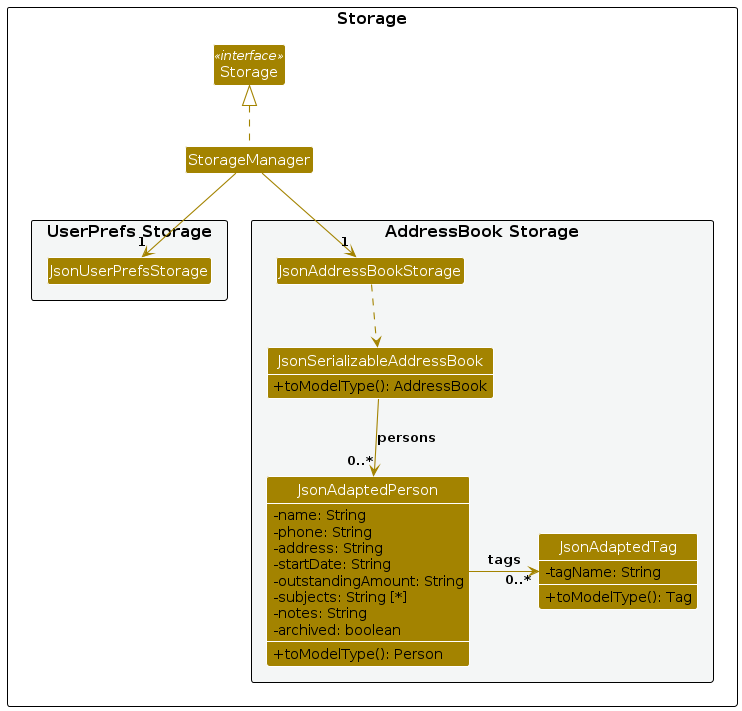
This is diagrams/StorageClassDiagram.png from AY2627S1-CS2103T-F13-2/tp, a PlantUML export, as it was before one commit. Its source is kept beside it as diagrams/StorageClassDiagram.puml.
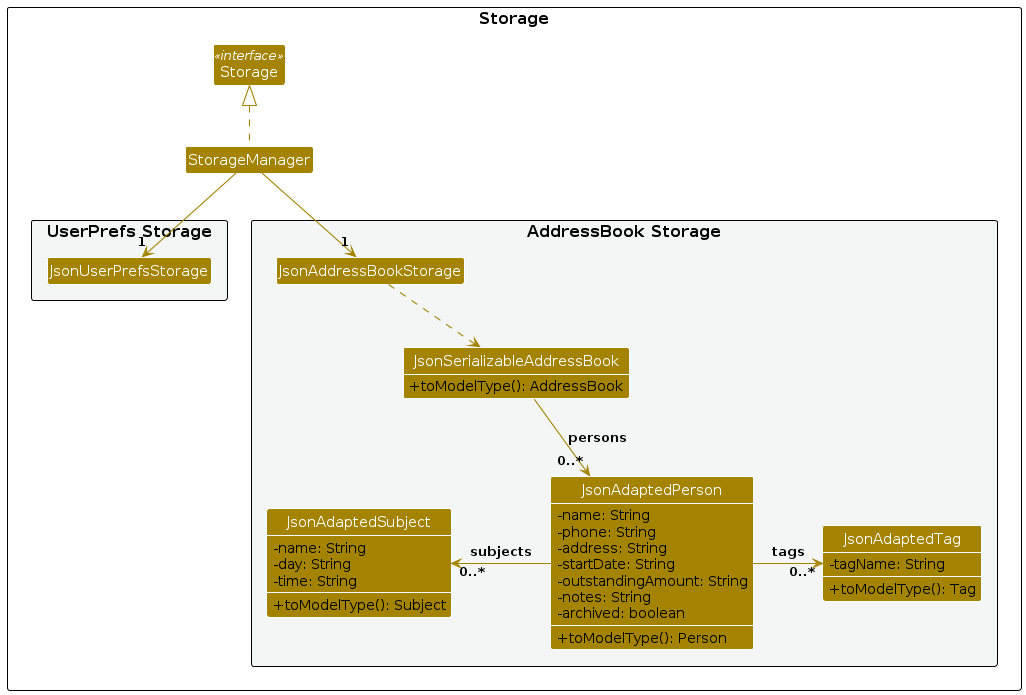
The same diagram one commit later.

Change to the diagram source:
```diff
@@ -25,7 +25,6 @@
     - address: String
     - startDate: String
     - outstandingAmount: String
-    - subjects: String [*]
     - notes: String
     - archived: boolean
     + toModelType(): Person
@@ -34,6 +33,12 @@
     - tagName: String
     + toModelType(): Tag
 }
+class JsonAdaptedSubject {
+    - name: String
+    - day: String
+    - time: String
+    + toModelType(): Subject
+}
 }
 
 }
@@ -41,6 +46,7 @@
 show JsonSerializableAddressBook methods
 show JsonAdaptedPerson members
 show JsonAdaptedTag members
+show JsonAdaptedSubject members
 
 StorageManager .up.|> Storage
 StorageManager -down-> "1" JsonUserPrefsStorage
@@ -49,5 +55,6 @@
 JsonAddressBookStorage ..> JsonSerializableAddressBook
 JsonSerializableAddressBook --> "0..*" JsonAdaptedPerson : persons
 JsonAdaptedPerson -right-> "0..*" JsonAdaptedTag : tags
+JsonAdaptedPerson -left-> "0..*" JsonAdaptedSubject : subjects
 
 @enduml
```
